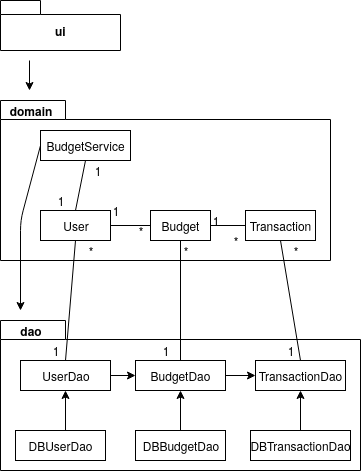
Before: dokumentaatio/kuvat/luokkakaavio.png, a diagram exported from draw.io (parissak/ot-harjoitustyo). Source tidied: cells renumbered, new cells last; positions are measured from the earlier drawing's top-left corner, leaving out a move shared by most shapes. Its diagram source:
```xml
<mxGraphModel>
  <root>
    <mxCell id="0" />
    <mxCell id="1" parent="0" />
    <mxCell id="2" value="ui" style="shape=folder;fontStyle=1;spacingTop=10;tabWidth=40;tabHeight=14;tabPosition=left;html=1;" parent="1" vertex="1">
      <mxGeometry width="120" height="50" as="geometry" />
    </mxCell>
    <mxCell id="3" style="shape=folder;fontStyle=1;spacingTop=10;tabWidth=65;tabHeight=19;tabPosition=left;html=1;" parent="1" vertex="1">
      <mxGeometry y="100" width="330" height="160" as="geometry" />
    </mxCell>
    <mxCell id="4" value="domain" style="text;html=1;strokeColor=none;fillColor=none;align=center;verticalAlign=middle;whiteSpace=wrap;rounded=0;fontStyle=1;" parent="1" vertex="1">
      <mxGeometry x="10" y="100" width="40" height="20" as="geometry" />
    </mxCell>
    <mxCell id="5" value="BudgetService" style="rounded=0;whiteSpace=wrap;html=1;" parent="1" vertex="1">
      <mxGeometry x="40" y="130" width="90" height="30" as="geometry" />
    </mxCell>
    <mxCell id="6" value="User" style="rounded=0;whiteSpace=wrap;html=1;" parent="1" vertex="1">
      <mxGeometry x="40" y="210" width="70" height="30" as="geometry" />
    </mxCell>
    <mxCell id="7" style="endArrow=none;html=1;entryX=0.5;entryY=1;entryDx=0;entryDy=0;exitX=0.5;exitY=0;exitDx=0;exitDy=0;" parent="1" edge="1" source="6" target="5">
      <mxGeometry relative="1" as="geometry" />
    </mxCell>
    <mxCell id="8" value="1" style="text;html=1;strokeColor=none;fillColor=none;align=center;verticalAlign=middle;whiteSpace=wrap;rounded=0;fontStyle=0;" parent="1" vertex="1">
      <mxGeometry x="85" y="160" width="25" height="20" as="geometry" />
    </mxCell>
    <mxCell id="9" style="shape=folder;fontStyle=1;spacingTop=10;tabWidth=65;tabHeight=19;tabPosition=left;html=1;" parent="1" vertex="1">
      <mxGeometry y="320" width="360" height="150" as="geometry" />
    </mxCell>
    <mxCell id="10" value="dao" style="text;html=1;strokeColor=none;fillColor=none;align=center;verticalAlign=middle;whiteSpace=wrap;rounded=0;fontStyle=1;" parent="1" vertex="1">
      <mxGeometry x="10" y="320" width="40" height="20" as="geometry" />
    </mxCell>
    <mxCell id="11" value="DBUserDao" style="rounded=0;whiteSpace=wrap;html=1;" parent="1" vertex="1">
      <mxGeometry x="15" y="430" width="90" height="30" as="geometry" />
    </mxCell>
    <mxCell id="12" value="UserDao" style="rounded=0;whiteSpace=wrap;html=1;" parent="1" vertex="1">
      <mxGeometry x="20" y="360" width="90" height="30" as="geometry" />
    </mxCell>
    <mxCell id="13" style="endArrow=classic;html=1;entryX=0.5;entryY=1;entryDx=0;entryDy=0;" parent="1" edge="1" target="12">
      <mxGeometry relative="1" as="geometry">
        <mxPoint x="65" y="430" as="sourcePoint" />
      </mxGeometry>
    </mxCell>
    <mxCell id="14" style="endArrow=none;html=1;entryX=0.5;entryY=1;entryDx=0;entryDy=0;exitX=0.5;exitY=0;exitDx=0;exitDy=0;" parent="1" edge="1" source="12" target="6">
      <mxGeometry relative="1" as="geometry" />
    </mxCell>
    <mxCell id="15" style="endArrow=classic;html=1;" parent="1" edge="1">
      <mxGeometry relative="1" as="geometry">
        <mxPoint x="29" y="60" as="sourcePoint" />
        <mxPoint x="29" y="90" as="targetPoint" />
      </mxGeometry>
    </mxCell>
    <mxCell id="16" style="endArrow=classic;html=1;exitX=0;exitY=0.5;exitDx=0;exitDy=0;" parent="1" edge="1" source="5">
      <mxGeometry relative="1" as="geometry">
        <mxPoint x="20" y="310" as="targetPoint" />
        <Array as="points">
          <mxPoint x="20" y="220" />
        </Array>
      </mxGeometry>
    </mxCell>
    <mxCell id="17" value="Budget" style="rounded=0;whiteSpace=wrap;html=1;" parent="1" vertex="1">
      <mxGeometry x="150" y="210" width="60" height="30" as="geometry" />
    </mxCell>
    <mxCell id="18" value="Transaction" style="rounded=0;whiteSpace=wrap;html=1;" parent="1" vertex="1">
      <mxGeometry x="245" y="210" width="70" height="30" as="geometry" />
    </mxCell>
    <mxCell id="19" value="BudgetDao" style="rounded=0;whiteSpace=wrap;html=1;" parent="1" vertex="1">
      <mxGeometry x="135" y="360" width="90" height="30" as="geometry" />
    </mxCell>
    <mxCell id="20" style="endArrow=none;html=1;entryX=0.5;entryY=1;entryDx=0;entryDy=0;" parent="1" edge="1" source="19" target="17">
      <mxGeometry relative="1" as="geometry" />
    </mxCell>
    <mxCell id="21" value="DBBudgetDao" style="rounded=0;whiteSpace=wrap;html=1;" parent="1" vertex="1">
      <mxGeometry x="135" y="430" width="90" height="30" as="geometry" />
    </mxCell>
    <mxCell id="22" value="DBTransactionDao" style="rounded=0;whiteSpace=wrap;html=1;" parent="1" vertex="1">
      <mxGeometry x="250" y="430" width="100" height="30" as="geometry" />
    </mxCell>
    <mxCell id="23" value="1" style="text;html=1;strokeColor=none;fillColor=none;align=center;verticalAlign=middle;whiteSpace=wrap;rounded=0;fontStyle=0;" parent="1" vertex="1">
      <mxGeometry x="40" y="190" width="40" height="20" as="geometry" />
    </mxCell>
    <mxCell id="24" style="endArrow=classic;html=1;exitX=0.5;exitY=0;exitDx=0;exitDy=0;" parent="1" edge="1" source="21" target="19">
      <mxGeometry relative="1" as="geometry" />
    </mxCell>
    <mxCell id="25" value="TransactionDao" style="rounded=0;whiteSpace=wrap;html=1;" parent="1" vertex="1">
      <mxGeometry x="255" y="360" width="90" height="30" as="geometry" />
    </mxCell>
    <mxCell id="26" style="endArrow=classic;html=1;exitX=0.5;exitY=0;exitDx=0;exitDy=0;entryX=0.5;entryY=1;entryDx=0;entryDy=0;" parent="1" edge="1" source="22" target="25">
      <mxGeometry relative="1" as="geometry" />
    </mxCell>
    <mxCell id="27" style="endArrow=none;html=1;entryX=0.5;entryY=1;entryDx=0;entryDy=0;exitX=0.5;exitY=0;exitDx=0;exitDy=0;" parent="1" edge="1" source="25" target="18">
      <mxGeometry relative="1" as="geometry" />
    </mxCell>
    <mxCell id="28" style="endArrow=none;html=1;entryX=1;entryY=0.5;entryDx=0;entryDy=0;exitX=0;exitY=0.5;exitDx=0;exitDy=0;" parent="1" edge="1" source="17" target="6">
      <mxGeometry relative="1" as="geometry" />
    </mxCell>
    <mxCell id="29" style="endArrow=none;html=1;entryX=0;entryY=0.5;entryDx=0;entryDy=0;exitX=1;exitY=0.5;exitDx=0;exitDy=0;" parent="1" edge="1" source="17" target="18">
      <mxGeometry relative="1" as="geometry" />
    </mxCell>
    <mxCell id="30" value="*" style="text;html=1;strokeColor=none;fillColor=none;align=center;verticalAlign=middle;whiteSpace=wrap;rounded=0;fontStyle=0;" parent="1" vertex="1">
      <mxGeometry x="120" y="220" width="40" height="20" as="geometry" />
    </mxCell>
    <mxCell id="31" value="1" style="text;html=1;strokeColor=none;fillColor=none;align=center;verticalAlign=middle;whiteSpace=wrap;rounded=0;fontStyle=0;" parent="1" vertex="1">
      <mxGeometry x="100" y="200" width="30" height="20" as="geometry" />
    </mxCell>
    <mxCell id="32" value="1" style="text;html=1;strokeColor=none;fillColor=none;align=center;verticalAlign=middle;whiteSpace=wrap;rounded=0;fontStyle=0;" parent="1" vertex="1">
      <mxGeometry x="200" y="210" width="30" height="20" as="geometry" />
    </mxCell>
    <mxCell id="33" value="*" style="text;html=1;strokeColor=none;fillColor=none;align=center;verticalAlign=middle;whiteSpace=wrap;rounded=0;fontStyle=0;" parent="1" vertex="1">
      <mxGeometry x="215" y="230" width="40" height="20" as="geometry" />
    </mxCell>
    <mxCell id="34" value="*" style="text;html=1;strokeColor=none;fillColor=none;align=center;verticalAlign=middle;whiteSpace=wrap;rounded=0;fontStyle=0;" parent="1" vertex="1">
      <mxGeometry x="275" y="240" width="40" height="20" as="geometry" />
    </mxCell>
    <mxCell id="35" value="*" style="text;html=1;strokeColor=none;fillColor=none;align=center;verticalAlign=middle;whiteSpace=wrap;rounded=0;fontStyle=0;" parent="1" vertex="1">
      <mxGeometry x="165" y="240" width="40" height="20" as="geometry" />
    </mxCell>
    <mxCell id="36" value="*" style="text;html=1;strokeColor=none;fillColor=none;align=center;verticalAlign=middle;whiteSpace=wrap;rounded=0;fontStyle=0;" parent="1" vertex="1">
      <mxGeometry x="70" y="240" width="40" height="20" as="geometry" />
    </mxCell>
    <mxCell id="37" value="1" style="text;html=1;strokeColor=none;fillColor=none;align=center;verticalAlign=middle;whiteSpace=wrap;rounded=0;fontStyle=0;" parent="1" vertex="1">
      <mxGeometry x="40" y="340" width="30" height="20" as="geometry" />
    </mxCell>
    <mxCell id="38" value="1" style="text;html=1;strokeColor=none;fillColor=none;align=center;verticalAlign=middle;whiteSpace=wrap;rounded=0;fontStyle=0;" parent="1" vertex="1">
      <mxGeometry x="150" y="340" width="30" height="20" as="geometry" />
    </mxCell>
    <mxCell id="39" value="1" style="text;html=1;strokeColor=none;fillColor=none;align=center;verticalAlign=middle;whiteSpace=wrap;rounded=0;fontStyle=0;" parent="1" vertex="1">
      <mxGeometry x="275" y="340" width="30" height="20" as="geometry" />
    </mxCell>
    <mxCell id="40" style="endArrow=classic;html=1;entryX=0;entryY=0.5;entryDx=0;entryDy=0;exitX=1;exitY=0.5;exitDx=0;exitDy=0;" parent="1" edge="1" source="12" target="19">
      <mxGeometry relative="1" as="geometry" />
    </mxCell>
    <mxCell id="41" style="endArrow=classic;html=1;entryX=0;entryY=0.5;entryDx=0;entryDy=0;exitX=1;exitY=0.5;exitDx=0;exitDy=0;" parent="1" edge="1" source="19" target="25">
      <mxGeometry relative="1" as="geometry" />
    </mxCell>
  </root>
</mxGraphModel>
```
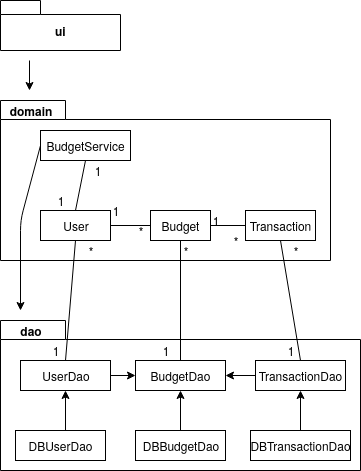
Later version of the same file.

Diff of the diagram source:
```diff
@@ -129,7 +129,7 @@
     <mxCell id="40" style="endArrow=classic;html=1;entryX=0;entryY=0.5;entryDx=0;entryDy=0;exitX=1;exitY=0.5;exitDx=0;exitDy=0;" parent="1" edge="1" source="12" target="19">
       <mxGeometry relative="1" as="geometry" />
     </mxCell>
-    <mxCell id="41" style="endArrow=classic;html=1;entryX=0;entryY=0.5;entryDx=0;entryDy=0;exitX=1;exitY=0.5;exitDx=0;exitDy=0;" parent="1" edge="1" source="19" target="25">
+    <mxCell id="41" style="endArrow=classic;html=1;entryX=1;entryY=0.5;entryDx=0;entryDy=0;exitX=0;exitY=0.5;exitDx=0;exitDy=0;" parent="1" edge="1" source="25" target="19">
       <mxGeometry relative="1" as="geometry" />
     </mxCell>
   </root>
```
